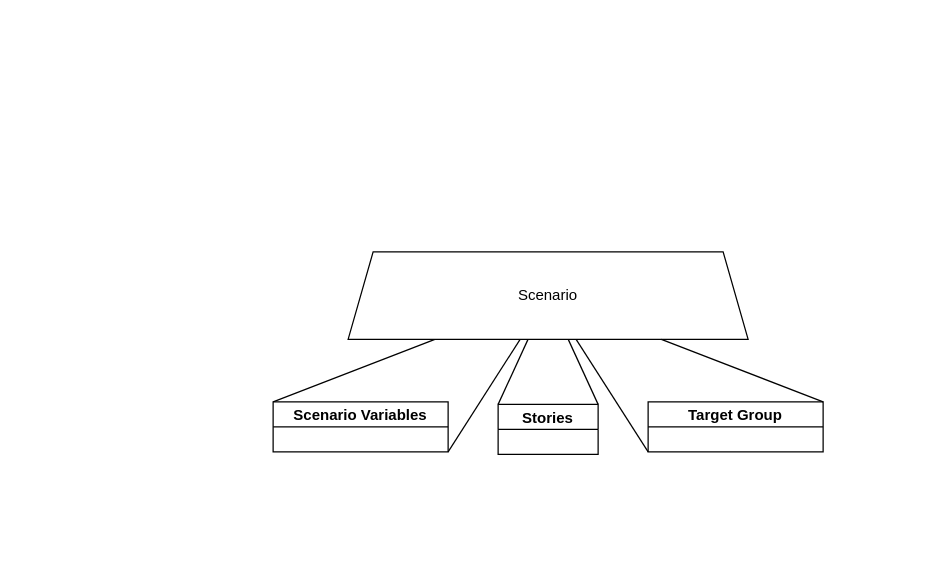
The draw.io diagram page "Scenario with target group and variables" (4 of 7) of artefacts/requirements/examples/Example Scenario.drawio in Elias-Ladenburger/CSEP, before the edit. Source tidied: cells renumbered, new cells numbered last; positions are measured from the earlier drawing's top-left corner, leaving out a move shared by most shapes. Both pictures are drawn from the tidied source at 125%, with x=0, y=0 at pixel (272, 251).
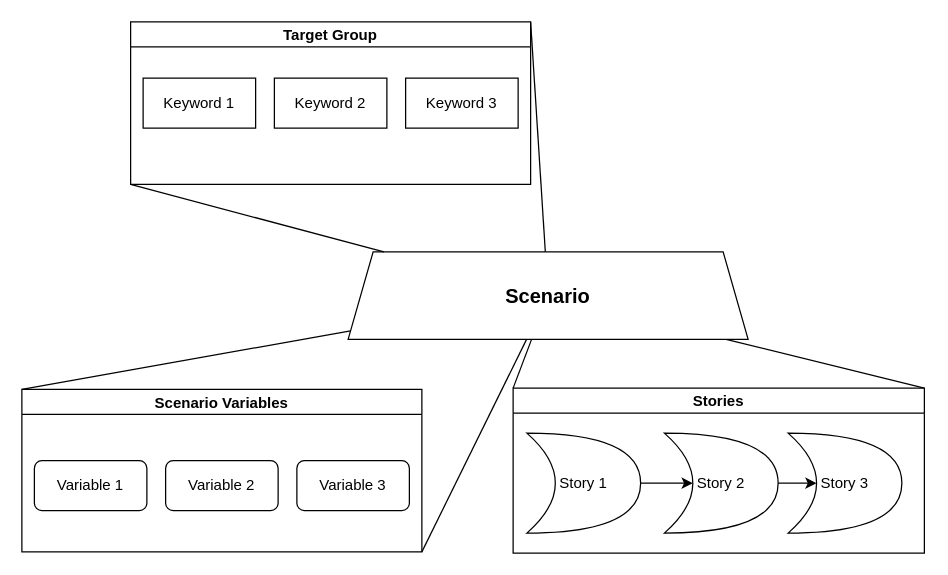
The same page after the edit.

What changed in the source:
```diff
@@
-    <mxCell id="6" value="Scenario" style="shape=trapezoid;perimeter=trapezoidPerimeter;whiteSpace=wrap;html=1;fixedSize=1;" parent="1" vertex="1">
+    <mxCell id="6" value="Scenario" style="shape=trapezoid;perimeter=trapezoidPerimeter;whiteSpace=wrap;html=1;fixedSize=1;fontStyle=1;fontSize=16;" parent="1" vertex="1">
       <mxGeometry x="60" width="320" height="70" as="geometry" />
     </mxCell>
-    <mxCell id="7" value="Stories" style="swimlane;startSize=20;" parent="1" vertex="1" collapsed="1">
-      <mxGeometry x="180" y="122" width="80" height="40" as="geometry" />
+    <mxCell id="7" value="Stories" style="swimlane;startSize=20;" parent="1" vertex="1">
+      <mxGeometry x="192" y="109" width="329" height="132" as="geometry" />
     </mxCell>
+    <mxCell id="12" value="Story 1" style="shape=xor;whiteSpace=wrap;html=1;" parent="7" vertex="1">
+      <mxGeometry x="11" y="36" width="91" height="80" as="geometry" />
+    </mxCell>
+    <mxCell id="13" value="Story 2" style="shape=xor;whiteSpace=wrap;html=1;" parent="7" vertex="1">
+      <mxGeometry x="121" y="36" width="91" height="80" as="geometry" />
+    </mxCell>
+    <mxCell id="14" value="Story 3" style="shape=xor;whiteSpace=wrap;html=1;" parent="7" vertex="1">
+      <mxGeometry x="220" y="36" width="91" height="80" as="geometry" />
+    </mxCell>
+    <mxCell id="15" style="edgeStyle=none;rounded=0;jettySize=auto;html=1;exitX=1;exitY=0.5;exitDx=0;exitDy=0;exitPerimeter=0;entryX=0.25;entryY=0.5;entryDx=0;entryDy=0;entryPerimeter=0;" parent="7" edge="1" source="12" target="13">
+      <mxGeometry relative="1" as="geometry" />
+    </mxCell>
+    <mxCell id="16" style="edgeStyle=none;rounded=0;jettySize=auto;html=1;exitX=1;exitY=0.5;exitDx=0;exitDy=0;exitPerimeter=0;entryX=0.25;entryY=0.5;entryDx=0;entryDy=0;entryPerimeter=0;" parent="7" edge="1" source="13" target="14">
+      <mxGeometry relative="1" as="geometry" />
+    </mxCell>
-    <mxCell id="8" value="Scenario Variables" style="swimlane;startSize=20;align=center;" parent="1" vertex="1" collapsed="1">
-      <mxGeometry y="120" width="140" height="40" as="geometry" />
+    <mxCell id="8" value="Scenario Variables" style="swimlane;startSize=20;align=center;" parent="1" vertex="1">
+      <mxGeometry x="-201" y="110" width="320" height="130" as="geometry" />
     </mxCell>
+    <mxCell id="17" value="Variable 1" style="rounded=1;whiteSpace=wrap;html=1;align=center;" parent="8" vertex="1">
+      <mxGeometry x="10" y="57" width="90" height="40" as="geometry" />
+    </mxCell>
+    <mxCell id="18" value="Variable 2" style="rounded=1;whiteSpace=wrap;html=1;align=center;" parent="8" vertex="1">
+      <mxGeometry x="115" y="57" width="90" height="40" as="geometry" />
+    </mxCell>
+    <mxCell id="19" value="Variable 3" style="rounded=1;whiteSpace=wrap;html=1;align=center;" parent="8" vertex="1">
+      <mxGeometry x="220" y="57" width="90" height="40" as="geometry" />
+    </mxCell>
-    <mxCell id="9" value="Target Group" style="swimlane;startSize=20;align=center;" parent="1" vertex="1" collapsed="1">
-      <mxGeometry x="300" y="120" width="140" height="40" as="geometry" />
+    <mxCell id="9" value="Target Group" style="swimlane;startSize=20;align=center;" parent="1" vertex="1">
+      <mxGeometry x="-114" y="-184" width="320" height="130" as="geometry" />
     </mxCell>
+    <mxCell id="20" value="Keyword 1" style="rounded=0;whiteSpace=wrap;html=1;align=center;" parent="9" vertex="1">
+      <mxGeometry x="10" y="45" width="90" height="40" as="geometry" />
+    </mxCell>
+    <mxCell id="21" value="Keyword 2" style="rounded=0;whiteSpace=wrap;html=1;align=center;" parent="9" vertex="1">
+      <mxGeometry x="115" y="45" width="90" height="40" as="geometry" />
+    </mxCell>
+    <mxCell id="22" value="Keyword 3" style="rounded=0;whiteSpace=wrap;html=1;align=center;" parent="9" vertex="1">
+      <mxGeometry x="220" y="45" width="90" height="40" as="geometry" />
+    </mxCell>
```
